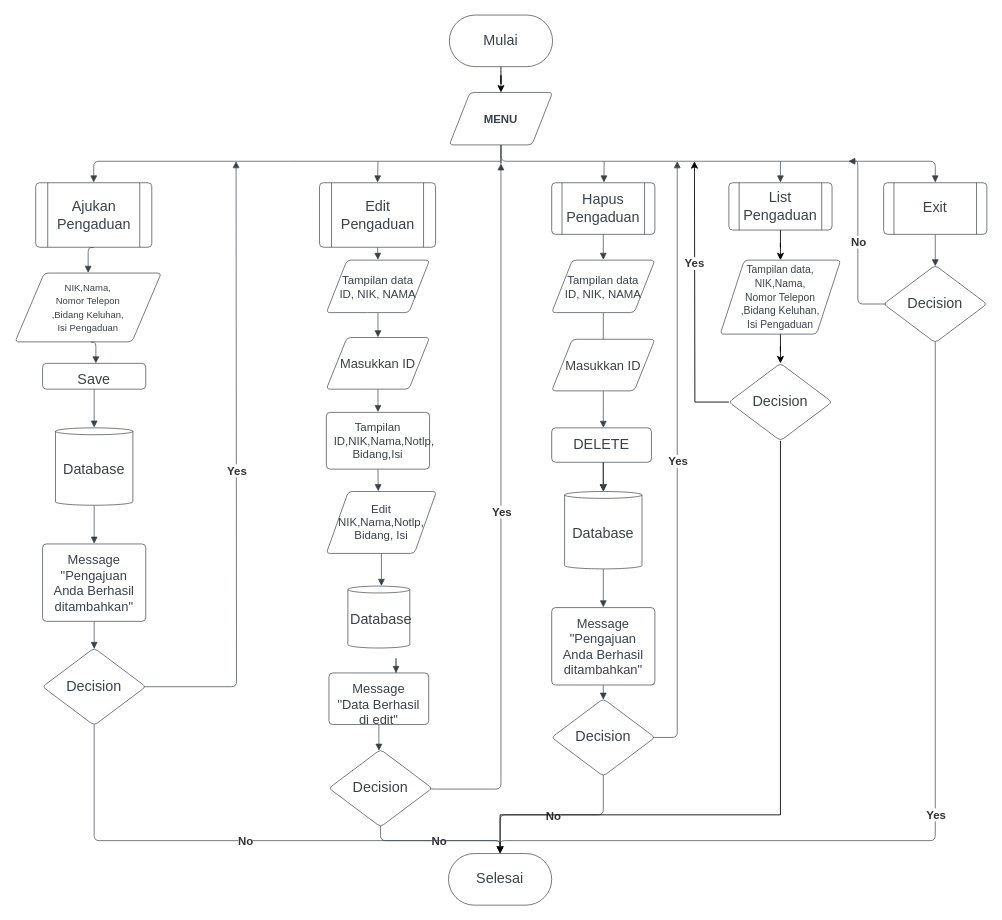
renaldottt/CRUD-C- keeps this draw.io diagram as Diagram Tanpa Judul.drawio. Above is the earlier version. Source tidied: cells renumbered, new cells numbered last; positions are measured from the earlier drawing's top-left corner, leaving out a move shared by most shapes. Both pictures are drawn from the tidied source at 86%, with x=0, y=0 at pixel (15, 15).
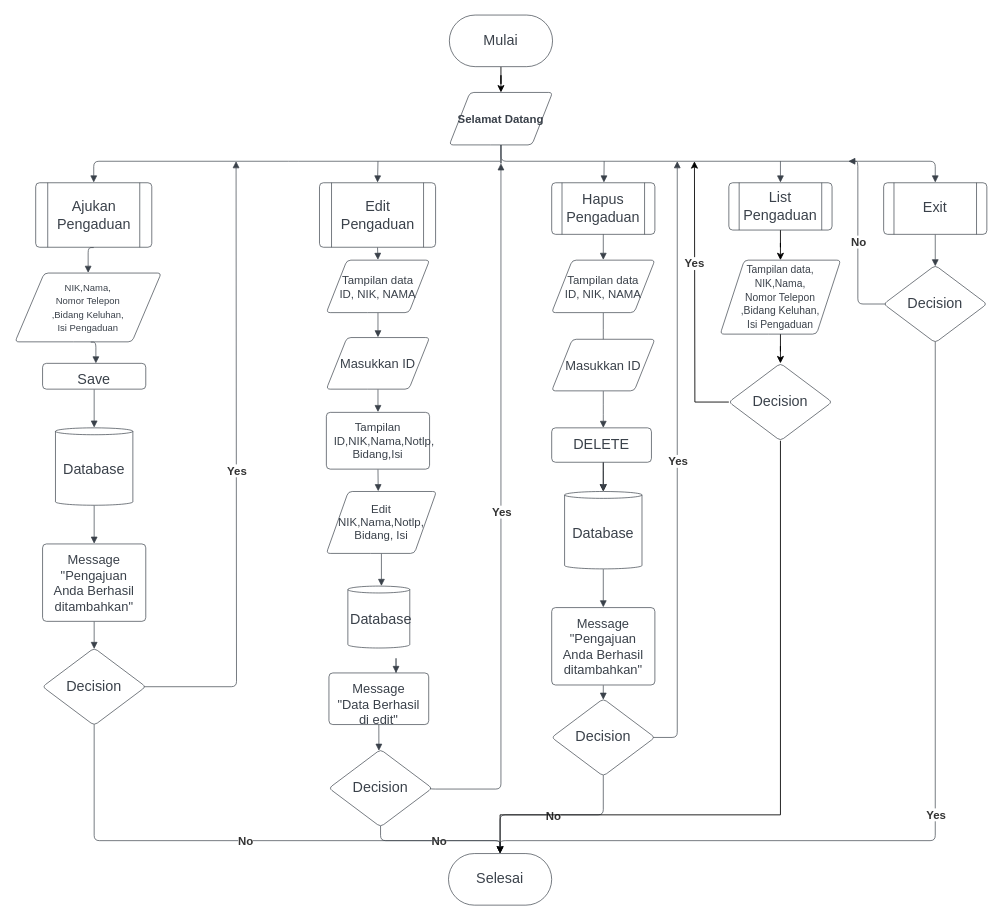
The same page after the edit.

What changed in the source:
```diff
@@
-    <mxCell id="78" value="&lt;b&gt;MENU&lt;/b&gt;" style="html=1;overflow=block;blockSpacing=1;whiteSpace=wrap;shape=parallelogram;perimeter=parallelogramPerimeter;anchorPointDirection=0;fontSize=13.3;fontColor=#3a414a;spacing=3.8;strokeColor=#3a414a;strokeOpacity=100;rounded=1;absoluteArcSize=1;arcSize=9;strokeWidth=0.8;lucidId=u9_n1XM~yD8E;" parent="1" vertex="1">
+    <mxCell id="78" value="&lt;b&gt;Selamat Datang&lt;/b&gt;" style="html=1;overflow=block;blockSpacing=1;whiteSpace=wrap;shape=parallelogram;perimeter=parallelogramPerimeter;anchorPointDirection=0;fontSize=13.3;fontColor=#3a414a;spacing=3.8;strokeColor=#3a414a;strokeOpacity=100;rounded=1;absoluteArcSize=1;arcSize=9;strokeWidth=0.8;lucidId=u9_n1XM~yD8E;" parent="1" vertex="1">
       <mxGeometry x="505" y="90" width="120" height="61" as="geometry" />
     </mxCell>
```
